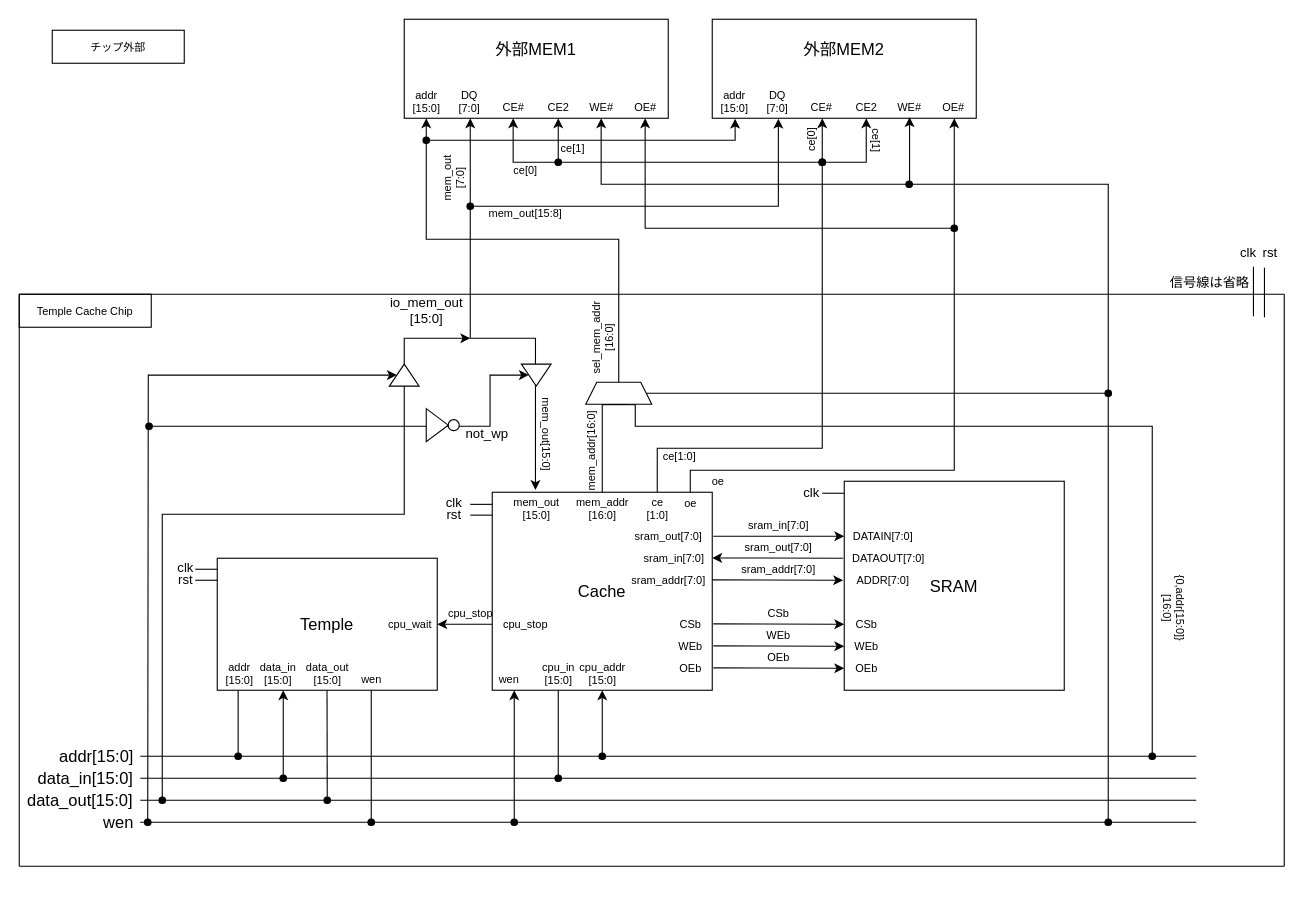
Before: block-diagram.drawio in HiroshimaNatsu/cachetemple, a draw.io diagram. Source tidied: cells renumbered, new cells numbered last; positions are measured from the earlier drawing's top-left corner, leaving out a move shared by most shapes. Both pictures are drawn from the tidied source at 110%, with x=0, y=0 at pixel (19, 19).
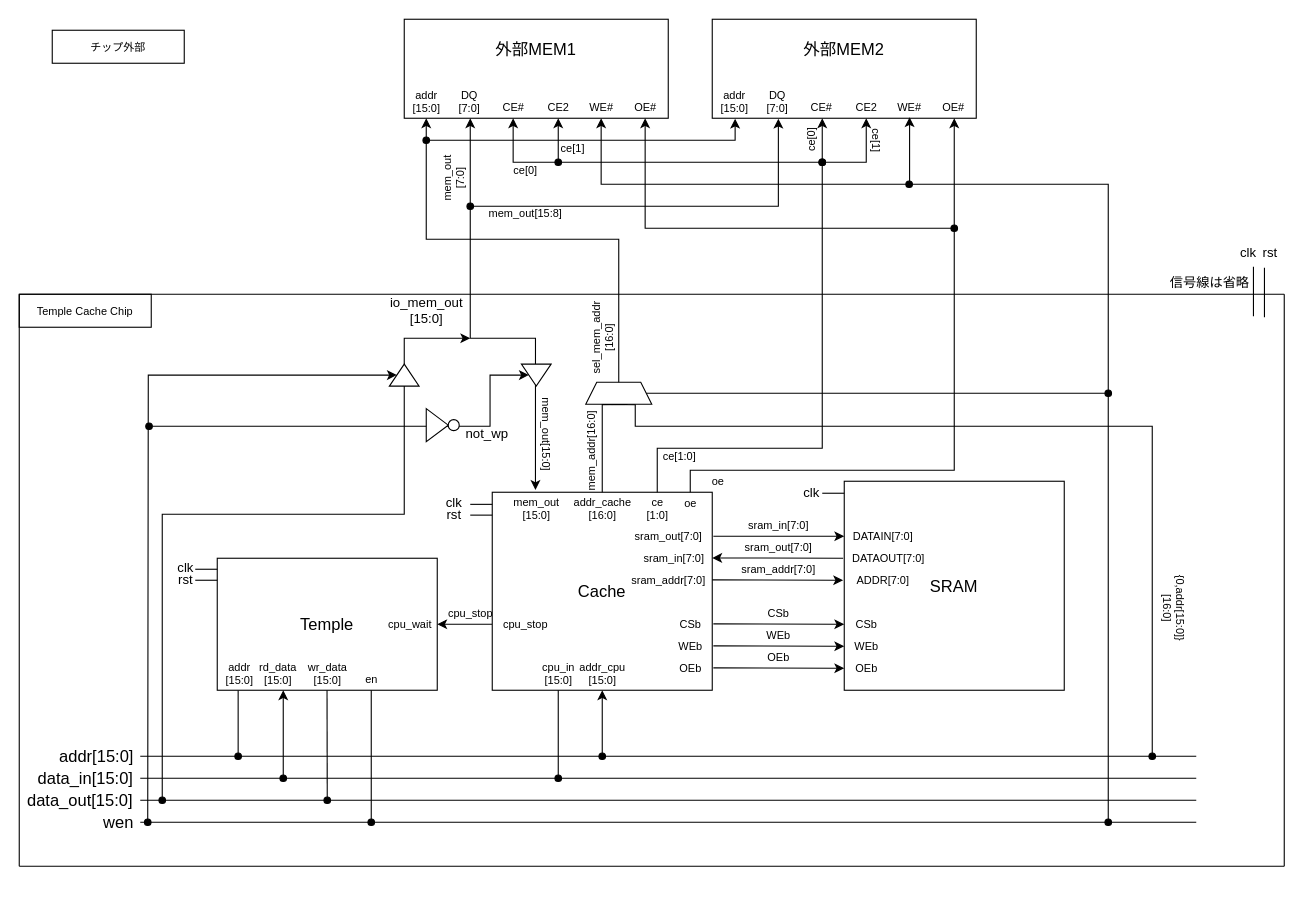
After the change.

The change refers to these unchanged cells:
```xml
<mxCell id="33" style="group;" parent="32" vertex="1">
  <mxGeometry width="200" height="300" as="geometry" />
</mxCell>
<mxCell id="48" style="group;" parent="1" vertex="1">
  <mxGeometry x="430" y="450" width="520" height="180" as="geometry" />
</mxCell>
```

Change to the diagram source:
```diff
@@
-    <mxCell id="40" value="data_out&lt;br&gt;[15:0]" style="text;html=1;align=center;verticalAlign=middle;fontSize=10;" parent="33" vertex="1">
+    <mxCell id="40" value="wr_data&lt;br&gt;[15:0]" style="text;html=1;align=center;verticalAlign=middle;fontSize=10;" parent="33" vertex="1">
       <mxGeometry x="95" y="90" width="50" height="30" as="geometry" />
     </mxCell>
-    <mxCell id="41" value="wen" style="text;html=1;align=center;verticalAlign=middle;fontSize=10;" parent="33" vertex="1">
+    <mxCell id="41" value="en" style="text;html=1;align=center;verticalAlign=middle;fontSize=10;" parent="33" vertex="1">
       <mxGeometry x="145" y="100" width="30" height="20" as="geometry" />
     </mxCell>
-    <mxCell id="42" value="data_in&lt;br&gt;[15:0]" style="text;html=1;align=center;verticalAlign=middle;fontSize=10;" parent="33" vertex="1">
+    <mxCell id="42" value="rd_data&lt;br&gt;[15:0]" style="text;html=1;align=center;verticalAlign=middle;fontSize=10;" parent="33" vertex="1">
       <mxGeometry x="50" y="90" width="50" height="30" as="geometry" />
     </mxCell>
@@
     <mxCell id="49" style="group;" parent="48" vertex="1">
-      <mxGeometry width="520" height="160" as="geometry" />
+      <mxGeometry width="520" height="170" as="geometry" />
     </mxCell>
     <mxCell id="50" style="group;" parent="49" vertex="1">
-      <mxGeometry width="520" height="160" as="geometry" />
+      <mxGeometry width="520" height="170" as="geometry" />
     </mxCell>
     <mxCell id="51" style="group;" parent="50" vertex="1">
-      <mxGeometry width="520" height="160" as="geometry" />
+      <mxGeometry width="520" height="170" as="geometry" />
     </mxCell>
@@
-    <mxCell id="79" value="cpu_addr&lt;br&gt;[15:0]" style="text;html=1;align=center;verticalAlign=middle;fontSize=10;" parent="51" vertex="1">
+    <mxCell id="79" value="addr_cpu&lt;br&gt;[15:0]" style="text;html=1;align=center;verticalAlign=middle;fontSize=10;" parent="51" vertex="1">
       <mxGeometry x="70" y="130" width="60" height="30" as="geometry" />
     </mxCell>
@@
-    <mxCell id="81" value="wen" style="text;html=1;align=center;verticalAlign=middle;fontSize=10;" parent="51" vertex="1">
-      <mxGeometry y="140" width="30" height="20" as="geometry" />
-    </mxCell>
@@
-    <mxCell id="83" style="endArrow=classic;html=1;fontSize=10;startArrow=oval;startFill=1;endFill=1;" parent="48" edge="1">
-      <mxGeometry relative="1" as="geometry">
-        <mxPoint x="20" y="280" as="sourcePoint" />
-        <mxPoint x="20" y="160" as="targetPoint" />
-        <Array as="points">
-          <mxPoint x="20" y="180" />
-        </Array>
-      </mxGeometry>
-    </mxCell>
@@
-    <mxCell id="115" value="mem_addr&lt;br&gt;[16:0]" style="text;html=1;align=center;verticalAlign=middle;points=[];fontSize=10;" parent="1" vertex="1">
-      <mxGeometry x="500" y="430" width="60" height="30" as="geometry" />
+    <mxCell id="115" value="addr_cache&lt;br&gt;[16:0]" style="text;html=1;align=center;verticalAlign=middle;points=[];fontSize=10;" parent="1" vertex="1">
+      <mxGeometry x="495" y="430" width="70" height="30" as="geometry" />
     </mxCell>
```
